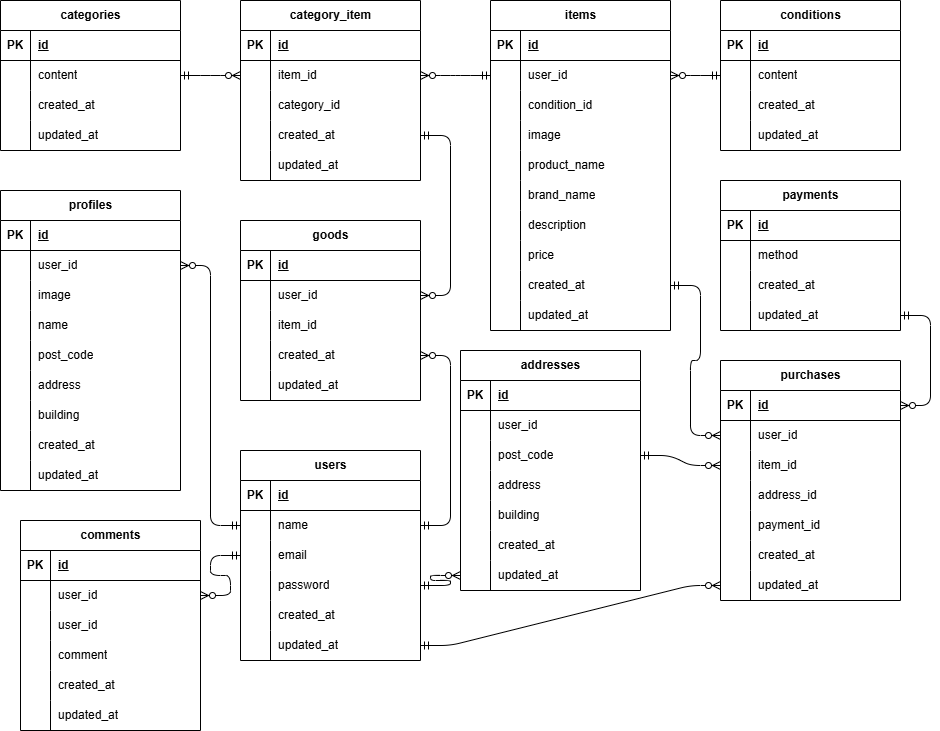
Above: ER.drawio.png in yuukuroda/kuroda-freemarket (draw.io), before the change. Source tidied: cells renumbered, new cells last; positions are measured from the earlier drawing's top-left corner, leaving out a move shared by most shapes.
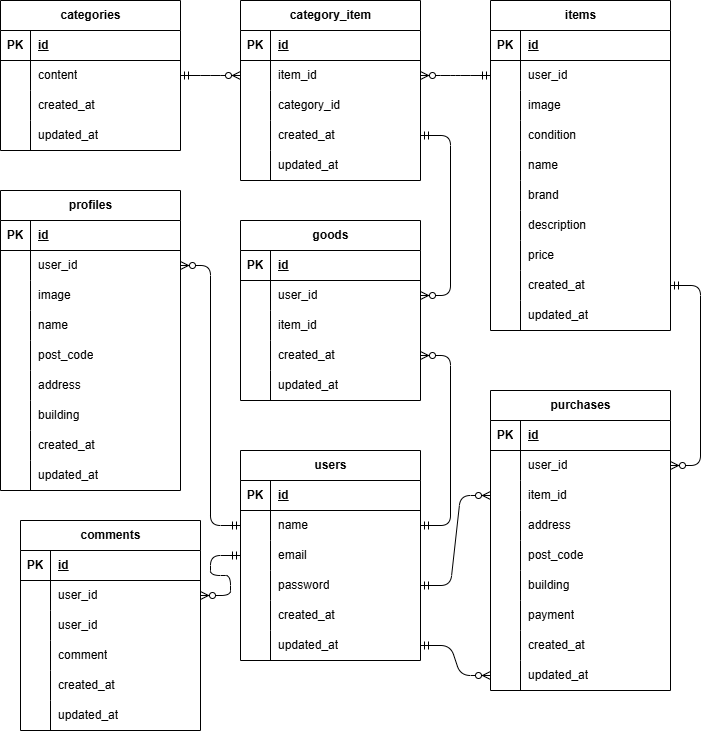
Above is the later version.

Commit message:
ER図を修正しました

Change to the diagram source:
```diff
@@ -25,4 +25,13 @@
     </mxCell>
+    <mxCell id="12" style="shape=tableRow;horizontal=0;startSize=0;swimlaneHead=0;swimlaneBody=0;fillColor=none;top=0;left=0;right=0;bottom=0;" parent="2" vertex="1">
+      <mxGeometry y="90" width="180" height="30" as="geometry" />
+    </mxCell>
+    <mxCell id="13" style="shape=partialRectangle;fillColor=none;top=0;left=0;bottom=0;right=0;overflow=hidden;whiteSpace=wrap;html=1;" parent="12" vertex="1">
+      <mxGeometry width="30" height="30" as="geometry" />
+    </mxCell>
+    <mxCell id="14" value="image" style="shape=partialRectangle;fillColor=none;top=0;left=0;bottom=0;right=0;align=left;spacingLeft=6;overflow=hidden;whiteSpace=wrap;html=1;" parent="12" vertex="1">
+      <mxGeometry x="30" width="150" height="30" as="geometry" />
+    </mxCell>
     <mxCell id="9" style="shape=tableRow;horizontal=0;startSize=0;swimlaneHead=0;swimlaneBody=0;fillColor=none;top=0;left=0;right=0;bottom=0;" parent="2" vertex="1">
-      <mxGeometry y="90" width="180" height="30" as="geometry" />
+      <mxGeometry y="120" width="180" height="30" as="geometry" />
     </mxCell>
@@ -31,14 +40,5 @@
     </mxCell>
-    <mxCell id="11" value="condition_id" style="shape=partialRectangle;fillColor=none;top=0;left=0;bottom=0;right=0;align=left;spacingLeft=6;overflow=hidden;whiteSpace=wrap;html=1;" parent="9" vertex="1">
+    <mxCell id="11" value="condition" style="shape=partialRectangle;fillColor=none;top=0;left=0;bottom=0;right=0;align=left;spacingLeft=6;overflow=hidden;whiteSpace=wrap;html=1;" parent="9" vertex="1">
       <mxGeometry x="30" width="150" height="30" as="geometry" />
     </mxCell>
-    <mxCell id="12" style="shape=tableRow;horizontal=0;startSize=0;swimlaneHead=0;swimlaneBody=0;fillColor=none;top=0;left=0;right=0;bottom=0;" parent="2" vertex="1">
-      <mxGeometry y="120" width="180" height="30" as="geometry" />
-    </mxCell>
-    <mxCell id="13" style="shape=partialRectangle;fillColor=none;top=0;left=0;bottom=0;right=0;overflow=hidden;whiteSpace=wrap;html=1;" parent="12" vertex="1">
-      <mxGeometry width="30" height="30" as="geometry" />
-    </mxCell>
-    <mxCell id="14" value="image" style="shape=partialRectangle;fillColor=none;top=0;left=0;bottom=0;right=0;align=left;spacingLeft=6;overflow=hidden;whiteSpace=wrap;html=1;" parent="12" vertex="1">
-      <mxGeometry x="30" width="150" height="30" as="geometry" />
-    </mxCell>
     <mxCell id="15" style="shape=tableRow;horizontal=0;startSize=0;swimlaneHead=0;swimlaneBody=0;fillColor=none;top=0;left=0;right=0;bottom=0;" parent="2" vertex="1">
@@ -49,3 +49,3 @@
     </mxCell>
-    <mxCell id="17" value="product_name" style="shape=partialRectangle;fillColor=none;top=0;left=0;bottom=0;right=0;align=left;spacingLeft=6;overflow=hidden;whiteSpace=wrap;html=1;" parent="15" vertex="1">
+    <mxCell id="17" value="name" style="shape=partialRectangle;fillColor=none;top=0;left=0;bottom=0;right=0;align=left;spacingLeft=6;overflow=hidden;whiteSpace=wrap;html=1;" parent="15" vertex="1">
       <mxGeometry x="30" width="150" height="30" as="geometry" />
@@ -58,3 +58,3 @@
     </mxCell>
-    <mxCell id="20" value="brand_name" style="shape=partialRectangle;fillColor=none;top=0;left=0;bottom=0;right=0;align=left;spacingLeft=6;overflow=hidden;whiteSpace=wrap;html=1;" parent="18" vertex="1">
+    <mxCell id="20" value="brand" style="shape=partialRectangle;fillColor=none;top=0;left=0;bottom=0;right=0;align=left;spacingLeft=6;overflow=hidden;whiteSpace=wrap;html=1;" parent="18" vertex="1">
       <mxGeometry x="30" width="150" height="30" as="geometry" />
@@ -136,41 +136,2 @@
     </mxCell>
-    <mxCell id="46" value="conditions" style="shape=table;startSize=30;rowLines=0;fontStyle=1;align=center;html=1;" parent="1" vertex="1">
-      <mxGeometry x="720" width="180" height="150" as="geometry" />
-    </mxCell>
-    <mxCell id="47" style="shape=tableRow;horizontal=0;startSize=0;swimlaneHead=0;swimlaneBody=0;fillColor=none;top=0;left=0;right=0;bottom=1;" parent="46" vertex="1">
-      <mxGeometry y="30" width="180" height="30" as="geometry" />
-    </mxCell>
-    <mxCell id="48" value="PK" style="shape=partialRectangle;fillColor=none;top=0;left=0;bottom=0;right=0;fontStyle=1;overflow=hidden;whiteSpace=wrap;html=1;" parent="47" vertex="1">
-      <mxGeometry width="30" height="30" as="geometry" />
-    </mxCell>
-    <mxCell id="49" value="id" style="shape=partialRectangle;fillColor=none;top=0;left=0;bottom=0;right=0;align=left;spacingLeft=6;fontStyle=5;overflow=hidden;whiteSpace=wrap;html=1;" parent="47" vertex="1">
-      <mxGeometry x="30" width="150" height="30" as="geometry" />
-    </mxCell>
-    <mxCell id="50" style="shape=tableRow;horizontal=0;startSize=0;swimlaneHead=0;swimlaneBody=0;fillColor=none;points=[[0,0.5],[1,0.5]];portConstraint=eastwest;top=0;left=0;right=0;bottom=0;" parent="46" vertex="1">
-      <mxGeometry y="60" width="180" height="30" as="geometry" />
-    </mxCell>
-    <mxCell id="51" style="shape=partialRectangle;fillColor=none;top=0;left=0;bottom=0;right=0;overflow=hidden;whiteSpace=wrap;html=1;" parent="50" vertex="1">
-      <mxGeometry width="30" height="30" as="geometry" />
-    </mxCell>
-    <mxCell id="52" value="content" style="shape=partialRectangle;fillColor=none;top=0;left=0;bottom=0;right=0;align=left;spacingLeft=6;overflow=hidden;whiteSpace=wrap;html=1;" parent="50" vertex="1">
-      <mxGeometry x="30" width="150" height="30" as="geometry" />
-    </mxCell>
-    <mxCell id="53" style="shape=tableRow;horizontal=0;startSize=0;swimlaneHead=0;swimlaneBody=0;fillColor=none;top=0;left=0;right=0;bottom=0;" parent="46" vertex="1">
-      <mxGeometry y="90" width="180" height="30" as="geometry" />
-    </mxCell>
-    <mxCell id="54" style="shape=partialRectangle;fillColor=none;top=0;left=0;bottom=0;right=0;overflow=hidden;whiteSpace=wrap;html=1;" parent="53" vertex="1">
-      <mxGeometry width="30" height="30" as="geometry" />
-    </mxCell>
-    <mxCell id="55" value="created_at" style="shape=partialRectangle;fillColor=none;top=0;left=0;bottom=0;right=0;align=left;spacingLeft=6;overflow=hidden;whiteSpace=wrap;html=1;" parent="53" vertex="1">
-      <mxGeometry x="30" width="150" height="30" as="geometry" />
-    </mxCell>
-    <mxCell id="56" style="shape=tableRow;horizontal=0;startSize=0;swimlaneHead=0;swimlaneBody=0;fillColor=none;top=0;left=0;right=0;bottom=0;" parent="46" vertex="1">
-      <mxGeometry y="120" width="180" height="30" as="geometry" />
-    </mxCell>
-    <mxCell id="57" style="shape=partialRectangle;fillColor=none;top=0;left=0;bottom=0;right=0;overflow=hidden;whiteSpace=wrap;html=1;" parent="56" vertex="1">
-      <mxGeometry width="30" height="30" as="geometry" />
-    </mxCell>
-    <mxCell id="58" value="updated_at" style="shape=partialRectangle;fillColor=none;top=0;left=0;bottom=0;right=0;align=left;spacingLeft=6;overflow=hidden;whiteSpace=wrap;html=1;" parent="56" vertex="1">
-      <mxGeometry x="30" width="150" height="30" as="geometry" />
-    </mxCell>
     <mxCell id="59" value="profiles" style="shape=table;startSize=30;rowLines=0;fontStyle=1;align=center;html=1;" parent="1" vertex="1">
@@ -262,5 +223,2 @@
     </mxCell>
-    <mxCell id="88" style="edgeStyle=entityRelationEdgeStyle;fontSize=12;html=1;endArrow=ERzeroToMany;startArrow=ERmandOne;exitX=0;exitY=0.5;exitDx=0;exitDy=0;entryX=1;entryY=0.5;entryDx=0;entryDy=0;" parent="1" edge="1" source="50" target="6">
-      <mxGeometry relative="1" as="geometry" />
-    </mxCell>
     <mxCell id="89" value="category_item" style="shape=table;startSize=30;rowLines=0;fontStyle=1;align=center;html=1;" parent="1" vertex="1">
@@ -316,68 +274,2 @@
     </mxCell>
-    <mxCell id="106" value="addresses" style="shape=table;startSize=30;rowLines=0;fontStyle=1;align=center;html=1;" parent="1" vertex="1">
-      <mxGeometry x="460" y="350" width="180" height="240" as="geometry" />
-    </mxCell>
-    <mxCell id="107" style="shape=tableRow;horizontal=0;startSize=0;swimlaneHead=0;swimlaneBody=0;fillColor=none;top=0;left=0;right=0;bottom=1;" parent="106" vertex="1">
-      <mxGeometry y="30" width="180" height="30" as="geometry" />
-    </mxCell>
-    <mxCell id="108" value="PK" style="shape=partialRectangle;fillColor=none;top=0;left=0;bottom=0;right=0;fontStyle=1;overflow=hidden;whiteSpace=wrap;html=1;" parent="107" vertex="1">
-      <mxGeometry width="30" height="30" as="geometry" />
-    </mxCell>
-    <mxCell id="109" value="id" style="shape=partialRectangle;fillColor=none;top=0;left=0;bottom=0;right=0;align=left;spacingLeft=6;fontStyle=5;overflow=hidden;whiteSpace=wrap;html=1;" parent="107" vertex="1">
-      <mxGeometry x="30" width="150" height="30" as="geometry" />
-    </mxCell>
-    <mxCell id="110" style="shape=tableRow;horizontal=0;startSize=0;swimlaneHead=0;swimlaneBody=0;fillColor=none;top=0;left=0;right=0;bottom=0;" parent="106" vertex="1">
-      <mxGeometry y="60" width="180" height="30" as="geometry" />
-    </mxCell>
-    <mxCell id="111" style="shape=partialRectangle;fillColor=none;top=0;left=0;bottom=0;right=0;overflow=hidden;whiteSpace=wrap;html=1;" parent="110" vertex="1">
-      <mxGeometry width="30" height="30" as="geometry" />
-    </mxCell>
-    <mxCell id="112" value="user_id" style="shape=partialRectangle;fillColor=none;top=0;left=0;bottom=0;right=0;align=left;spacingLeft=6;overflow=hidden;whiteSpace=wrap;html=1;" parent="110" vertex="1">
-      <mxGeometry x="30" width="150" height="30" as="geometry" />
-    </mxCell>
-    <mxCell id="113" style="shape=tableRow;horizontal=0;startSize=0;swimlaneHead=0;swimlaneBody=0;fillColor=none;points=[[0,0.5],[1,0.5]];portConstraint=eastwest;top=0;left=0;right=0;bottom=0;" parent="106" vertex="1">
-      <mxGeometry y="90" width="180" height="30" as="geometry" />
-    </mxCell>
-    <mxCell id="114" style="shape=partialRectangle;fillColor=none;top=0;left=0;bottom=0;right=0;overflow=hidden;whiteSpace=wrap;html=1;" parent="113" vertex="1">
-      <mxGeometry width="30" height="30" as="geometry" />
-    </mxCell>
-    <mxCell id="115" value="post_code" style="shape=partialRectangle;fillColor=none;top=0;left=0;bottom=0;right=0;align=left;spacingLeft=6;overflow=hidden;whiteSpace=wrap;html=1;" parent="113" vertex="1">
-      <mxGeometry x="30" width="150" height="30" as="geometry" />
-    </mxCell>
-    <mxCell id="116" style="shape=tableRow;horizontal=0;startSize=0;swimlaneHead=0;swimlaneBody=0;fillColor=none;top=0;left=0;right=0;bottom=0;" parent="106" vertex="1">
-      <mxGeometry y="120" width="180" height="30" as="geometry" />
-    </mxCell>
-    <mxCell id="117" style="shape=partialRectangle;fillColor=none;top=0;left=0;bottom=0;right=0;overflow=hidden;whiteSpace=wrap;html=1;" parent="116" vertex="1">
-      <mxGeometry width="30" height="30" as="geometry" />
-    </mxCell>
-    <mxCell id="118" value="address" style="shape=partialRectangle;fillColor=none;top=0;left=0;bottom=0;right=0;align=left;spacingLeft=6;overflow=hidden;whiteSpace=wrap;html=1;" parent="116" vertex="1">
-      <mxGeometry x="30" width="150" height="30" as="geometry" />
-    </mxCell>
-    <mxCell id="119" style="shape=tableRow;horizontal=0;startSize=0;swimlaneHead=0;swimlaneBody=0;fillColor=none;top=0;left=0;right=0;bottom=0;" parent="106" vertex="1">
-      <mxGeometry y="150" width="180" height="30" as="geometry" />
-    </mxCell>
-    <mxCell id="120" style="shape=partialRectangle;fillColor=none;top=0;left=0;bottom=0;right=0;overflow=hidden;whiteSpace=wrap;html=1;" parent="119" vertex="1">
-      <mxGeometry width="30" height="30" as="geometry" />
-    </mxCell>
-    <mxCell id="121" value="building" style="shape=partialRectangle;fillColor=none;top=0;left=0;bottom=0;right=0;align=left;spacingLeft=6;overflow=hidden;whiteSpace=wrap;html=1;" parent="119" vertex="1">
-      <mxGeometry x="30" width="150" height="30" as="geometry" />
-    </mxCell>
-    <mxCell id="122" style="shape=tableRow;horizontal=0;startSize=0;swimlaneHead=0;swimlaneBody=0;fillColor=none;top=0;left=0;right=0;bottom=0;" parent="106" vertex="1">
-      <mxGeometry y="180" width="180" height="30" as="geometry" />
-    </mxCell>
-    <mxCell id="123" style="shape=partialRectangle;fillColor=none;top=0;left=0;bottom=0;right=0;overflow=hidden;whiteSpace=wrap;html=1;" parent="122" vertex="1">
-      <mxGeometry width="30" height="30" as="geometry" />
-    </mxCell>
-    <mxCell id="124" value="created_at" style="shape=partialRectangle;fillColor=none;top=0;left=0;bottom=0;right=0;align=left;spacingLeft=6;overflow=hidden;whiteSpace=wrap;html=1;" parent="122" vertex="1">
-      <mxGeometry x="30" width="150" height="30" as="geometry" />
-    </mxCell>
-    <mxCell id="125" style="shape=tableRow;horizontal=0;startSize=0;swimlaneHead=0;swimlaneBody=0;fillColor=none;points=[[0,0.5],[1,0.5]];portConstraint=eastwest;top=0;left=0;right=0;bottom=0;" parent="106" vertex="1">
-      <mxGeometry y="210" width="180" height="30" as="geometry" />
-    </mxCell>
-    <mxCell id="126" style="shape=partialRectangle;fillColor=none;top=0;left=0;bottom=0;right=0;overflow=hidden;whiteSpace=wrap;html=1;" parent="125" vertex="1">
-      <mxGeometry width="30" height="30" as="geometry" />
-    </mxCell>
-    <mxCell id="127" value="updated_at" style="shape=partialRectangle;fillColor=none;top=0;left=0;bottom=0;right=0;align=left;spacingLeft=6;overflow=hidden;whiteSpace=wrap;html=1;" parent="125" vertex="1">
-      <mxGeometry x="30" width="150" height="30" as="geometry" />
-    </mxCell>
     <mxCell id="128" value="users" style="shape=table;startSize=30;rowLines=0;fontStyle=1;align=center;html=1;" parent="1" vertex="1">
@@ -544,43 +436,4 @@
     </mxCell>
-    <mxCell id="182" value="payments" style="shape=table;startSize=30;rowLines=0;fontStyle=1;align=center;html=1;" parent="1" vertex="1">
-      <mxGeometry x="720" y="180" width="180" height="150" as="geometry" />
-    </mxCell>
-    <mxCell id="183" style="shape=tableRow;horizontal=0;startSize=0;swimlaneHead=0;swimlaneBody=0;fillColor=none;top=0;left=0;right=0;bottom=1;" parent="182" vertex="1">
-      <mxGeometry y="30" width="180" height="30" as="geometry" />
-    </mxCell>
-    <mxCell id="184" value="PK" style="shape=partialRectangle;fillColor=none;top=0;left=0;bottom=0;right=0;fontStyle=1;overflow=hidden;whiteSpace=wrap;html=1;" parent="183" vertex="1">
-      <mxGeometry width="30" height="30" as="geometry" />
-    </mxCell>
-    <mxCell id="185" value="id" style="shape=partialRectangle;fillColor=none;top=0;left=0;bottom=0;right=0;align=left;spacingLeft=6;fontStyle=5;overflow=hidden;whiteSpace=wrap;html=1;" parent="183" vertex="1">
-      <mxGeometry x="30" width="150" height="30" as="geometry" />
-    </mxCell>
-    <mxCell id="186" style="shape=tableRow;horizontal=0;startSize=0;swimlaneHead=0;swimlaneBody=0;fillColor=none;top=0;left=0;right=0;bottom=0;" parent="182" vertex="1">
-      <mxGeometry y="60" width="180" height="30" as="geometry" />
-    </mxCell>
-    <mxCell id="187" style="shape=partialRectangle;fillColor=none;top=0;left=0;bottom=0;right=0;overflow=hidden;whiteSpace=wrap;html=1;" parent="186" vertex="1">
-      <mxGeometry width="30" height="30" as="geometry" />
-    </mxCell>
-    <mxCell id="188" value="method" style="shape=partialRectangle;fillColor=none;top=0;left=0;bottom=0;right=0;align=left;spacingLeft=6;overflow=hidden;whiteSpace=wrap;html=1;" parent="186" vertex="1">
-      <mxGeometry x="30" width="150" height="30" as="geometry" />
-    </mxCell>
-    <mxCell id="189" style="shape=tableRow;horizontal=0;startSize=0;swimlaneHead=0;swimlaneBody=0;fillColor=none;top=0;left=0;right=0;bottom=0;" parent="182" vertex="1">
-      <mxGeometry y="90" width="180" height="30" as="geometry" />
-    </mxCell>
-    <mxCell id="190" style="shape=partialRectangle;fillColor=none;top=0;left=0;bottom=0;right=0;overflow=hidden;whiteSpace=wrap;html=1;" parent="189" vertex="1">
-      <mxGeometry width="30" height="30" as="geometry" />
-    </mxCell>
-    <mxCell id="191" value="created_at" style="shape=partialRectangle;fillColor=none;top=0;left=0;bottom=0;right=0;align=left;spacingLeft=6;overflow=hidden;whiteSpace=wrap;html=1;" parent="189" vertex="1">
-      <mxGeometry x="30" width="150" height="30" as="geometry" />
-    </mxCell>
-    <mxCell id="192" style="shape=tableRow;horizontal=0;startSize=0;swimlaneHead=0;swimlaneBody=0;fillColor=none;points=[[0,0.5],[1,0.5]];portConstraint=eastwest;top=0;left=0;right=0;bottom=0;" parent="182" vertex="1">
-      <mxGeometry y="120" width="180" height="30" as="geometry" />
-    </mxCell>
-    <mxCell id="193" style="shape=partialRectangle;fillColor=none;top=0;left=0;bottom=0;right=0;overflow=hidden;whiteSpace=wrap;html=1;" parent="192" vertex="1">
-      <mxGeometry width="30" height="30" as="geometry" />
-    </mxCell>
-    <mxCell id="194" value="updated_at" style="shape=partialRectangle;fillColor=none;top=0;left=0;bottom=0;right=0;align=left;spacingLeft=6;overflow=hidden;whiteSpace=wrap;html=1;" parent="192" vertex="1">
-      <mxGeometry x="30" width="150" height="30" as="geometry" />
-    </mxCell>
     <mxCell id="195" value="purchases" style="shape=table;startSize=30;rowLines=0;fontStyle=1;align=center;html=1;" parent="1" vertex="1">
-      <mxGeometry x="720" y="360" width="180" height="240" as="geometry" />
+      <mxGeometry x="490" y="390" width="180" height="300" as="geometry" />
     </mxCell>
@@ -619,7 +472,25 @@
     </mxCell>
-    <mxCell id="207" value="address_id" style="shape=partialRectangle;fillColor=none;top=0;left=0;bottom=0;right=0;align=left;spacingLeft=6;overflow=hidden;whiteSpace=wrap;html=1;" parent="205" vertex="1">
+    <mxCell id="207" value="address" style="shape=partialRectangle;fillColor=none;top=0;left=0;bottom=0;right=0;align=left;spacingLeft=6;overflow=hidden;whiteSpace=wrap;html=1;" parent="205" vertex="1">
       <mxGeometry x="30" width="150" height="30" as="geometry" />
     </mxCell>
+    <mxCell id="119" style="shape=tableRow;horizontal=0;startSize=0;swimlaneHead=0;swimlaneBody=0;fillColor=none;top=0;left=0;right=0;bottom=0;" parent="195" vertex="1">
+      <mxGeometry y="150" width="180" height="30" as="geometry" />
+    </mxCell>
+    <mxCell id="226" style="shape=partialRectangle;fillColor=none;top=0;left=0;bottom=0;right=0;overflow=hidden;whiteSpace=wrap;html=1;" parent="119" vertex="1">
+      <mxGeometry width="30" height="30" as="geometry" />
+    </mxCell>
+    <mxCell id="115" value="post_code" style="shape=partialRectangle;fillColor=none;top=0;left=0;bottom=0;right=0;align=left;spacingLeft=6;overflow=hidden;whiteSpace=wrap;html=1;" parent="119" vertex="1">
+      <mxGeometry x="30" width="150" height="30" as="geometry" />
+    </mxCell>
+    <mxCell id="122" style="shape=tableRow;horizontal=0;startSize=0;swimlaneHead=0;swimlaneBody=0;fillColor=none;top=0;left=0;right=0;bottom=0;" parent="195" vertex="1">
+      <mxGeometry y="180" width="180" height="30" as="geometry" />
+    </mxCell>
+    <mxCell id="227" style="shape=partialRectangle;fillColor=none;top=0;left=0;bottom=0;right=0;overflow=hidden;whiteSpace=wrap;html=1;" parent="122" vertex="1">
+      <mxGeometry width="30" height="30" as="geometry" />
+    </mxCell>
+    <mxCell id="121" value="building" style="shape=partialRectangle;fillColor=none;top=0;left=0;bottom=0;right=0;align=left;spacingLeft=6;overflow=hidden;whiteSpace=wrap;html=1;" parent="122" vertex="1">
+      <mxGeometry x="30" width="150" height="30" as="geometry" />
+    </mxCell>
     <mxCell id="208" style="shape=tableRow;horizontal=0;startSize=0;swimlaneHead=0;swimlaneBody=0;fillColor=none;top=0;left=0;right=0;bottom=0;" parent="195" vertex="1">
-      <mxGeometry y="150" width="180" height="30" as="geometry" />
+      <mxGeometry y="210" width="180" height="30" as="geometry" />
     </mxCell>
@@ -628,3 +499,3 @@
     </mxCell>
-    <mxCell id="210" value="payment_id" style="shape=partialRectangle;fillColor=none;top=0;left=0;bottom=0;right=0;align=left;spacingLeft=6;overflow=hidden;whiteSpace=wrap;html=1;" parent="208" vertex="1">
+    <mxCell id="210" value="payment" style="shape=partialRectangle;fillColor=none;top=0;left=0;bottom=0;right=0;align=left;spacingLeft=6;overflow=hidden;whiteSpace=wrap;html=1;" parent="208" vertex="1">
       <mxGeometry x="30" width="150" height="30" as="geometry" />
@@ -632,3 +503,3 @@
     <mxCell id="211" style="shape=tableRow;horizontal=0;startSize=0;swimlaneHead=0;swimlaneBody=0;fillColor=none;top=0;left=0;right=0;bottom=0;" parent="195" vertex="1">
-      <mxGeometry y="180" width="180" height="30" as="geometry" />
+      <mxGeometry y="240" width="180" height="30" as="geometry" />
     </mxCell>
@@ -641,3 +512,3 @@
     <mxCell id="214" style="shape=tableRow;horizontal=0;startSize=0;swimlaneHead=0;swimlaneBody=0;fillColor=none;points=[[0,0.5],[1,0.5]];portConstraint=eastwest;top=0;left=0;right=0;bottom=0;" parent="195" vertex="1">
-      <mxGeometry y="210" width="180" height="30" as="geometry" />
+      <mxGeometry y="270" width="180" height="30" as="geometry" />
     </mxCell>
@@ -661,6 +532,3 @@
     </mxCell>
-    <mxCell id="221" style="edgeStyle=entityRelationEdgeStyle;fontSize=12;html=1;endArrow=ERzeroToMany;startArrow=ERmandOne;entryX=0;entryY=0.5;entryDx=0;entryDy=0;exitX=1;exitY=0.5;exitDx=0;exitDy=0;" parent="1" edge="1" source="138" target="125">
-      <mxGeometry relative="1" as="geometry" />
-    </mxCell>
-    <mxCell id="222" style="edgeStyle=entityRelationEdgeStyle;fontSize=12;html=1;endArrow=ERzeroToMany;startArrow=ERmandOne;entryX=0;entryY=0.5;entryDx=0;entryDy=0;exitX=1;exitY=0.5;exitDx=0;exitDy=0;" parent="1" edge="1" source="113" target="202">
+    <mxCell id="222" style="edgeStyle=entityRelationEdgeStyle;fontSize=12;html=1;endArrow=ERzeroToMany;startArrow=ERmandOne;entryX=0;entryY=0.5;entryDx=0;entryDy=0;exitX=1;exitY=0.5;exitDx=0;exitDy=0;" parent="1" edge="1" source="138" target="202">
       <mxGeometry relative="1" as="geometry" />
@@ -674,6 +542,3 @@
     </mxCell>
-    <mxCell id="224" style="edgeStyle=entityRelationEdgeStyle;fontSize=12;html=1;endArrow=ERzeroToMany;startArrow=ERmandOne;entryX=1;entryY=0.5;entryDx=0;entryDy=0;exitX=1;exitY=0.5;exitDx=0;exitDy=0;" parent="1" edge="1" source="192" target="196">
-      <mxGeometry relative="1" as="geometry" />
-    </mxCell>
-    <mxCell id="225" style="edgeStyle=entityRelationEdgeStyle;fontSize=12;html=1;endArrow=ERzeroToMany;startArrow=ERmandOne;entryX=0;entryY=0.5;entryDx=0;entryDy=0;exitX=1;exitY=0.5;exitDx=0;exitDy=0;" parent="1" edge="1" source="27" target="199">
+    <mxCell id="225" style="edgeStyle=entityRelationEdgeStyle;fontSize=12;html=1;endArrow=ERzeroToMany;startArrow=ERmandOne;entryX=1;entryY=0.5;entryDx=0;entryDy=0;exitX=1;exitY=0.5;exitDx=0;exitDy=0;" parent="1" edge="1" source="27" target="199">
       <mxGeometry relative="1" as="geometry" />
```
